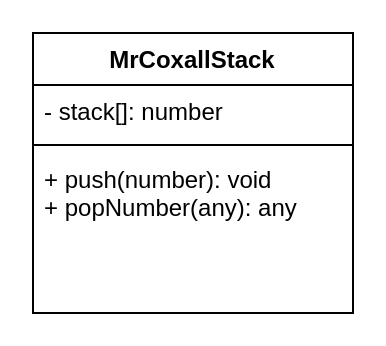
Above: UML.drawio in Peter-Gemmell/ics4u-Unit2-04-typescript (draw.io), before the change. Source tidied: cells renumbered, new cells numbered last; positions are measured from the earlier drawing's top-left corner, leaving out a move shared by most shapes. Both pictures are drawn from the tidied source at 200%, with x=0, y=0 at pixel (32, 32).
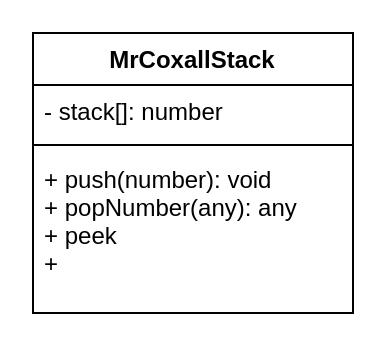
The same page after the edit.

The edit, as a diff of the source:
```diff
@@
 <mxGraphModel>
   <root>
     <mxCell id="0" />
     <mxCell id="1" parent="0" />
     <mxCell id="2" value="MrCoxallStack" style="swimlane;fontStyle=1;align=center;verticalAlign=top;horizontal=1;startSize=26;" parent="1" vertex="1">
       <mxGeometry width="160" height="140" as="geometry" />
     </mxCell>
     <mxCell id="3" value="- stack[]: number" style="text;strokeColor=none;fillColor=none;align=left;verticalAlign=top;spacingLeft=4;spacingRight=4;overflow=hidden;" parent="2" vertex="1">
       <mxGeometry y="26" width="160" height="26" as="geometry" />
     </mxCell>
     <mxCell id="4" style="line;strokeWidth=1;fillColor=none;align=left;verticalAlign=middle;spacingTop=-1;spacingLeft=3;spacingRight=3;labelPosition=right;" parent="2" vertex="1">
       <mxGeometry y="52" width="160" height="8" as="geometry" />
     </mxCell>
-    <mxCell id="5" value="+ push(number): void&#10;+ popNumber(any): any" style="text;strokeColor=none;fillColor=none;align=left;verticalAlign=top;spacingLeft=4;spacingRight=4;overflow=hidden;" parent="2" vertex="1">
+    <mxCell id="5" value="+ push(number): void&#10;+ popNumber(any): any&#10;+ peek&#10;+" style="text;strokeColor=none;fillColor=none;align=left;verticalAlign=top;spacingLeft=4;spacingRight=4;overflow=hidden;" parent="2" vertex="1">
       <mxGeometry y="60" width="160" height="80" as="geometry" />
     </mxCell>
   </root>
 </mxGraphModel>
```
